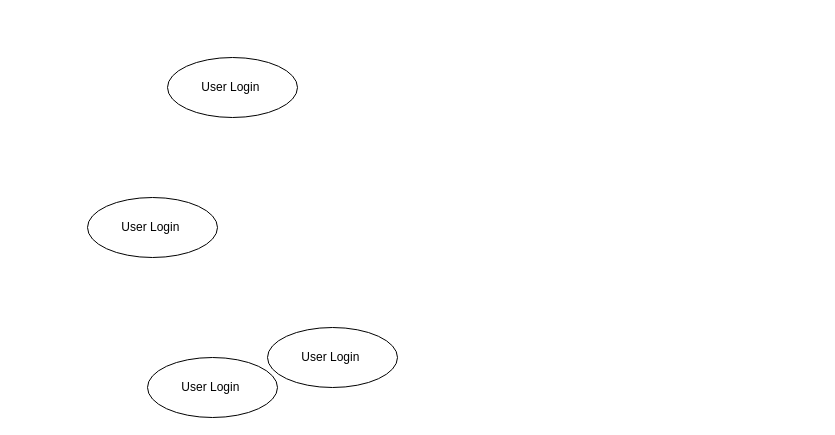
Before: Untitled Diagram.drawio in Jayt257/EasyFood, a draw.io diagram. Source tidied: cells renumbered, new cells numbered last; positions are measured from the earlier drawing's top-left corner, leaving out a move shared by most shapes. Both pictures are drawn from the tidied source at 100%, with x=0, y=0 at pixel (87, 57).
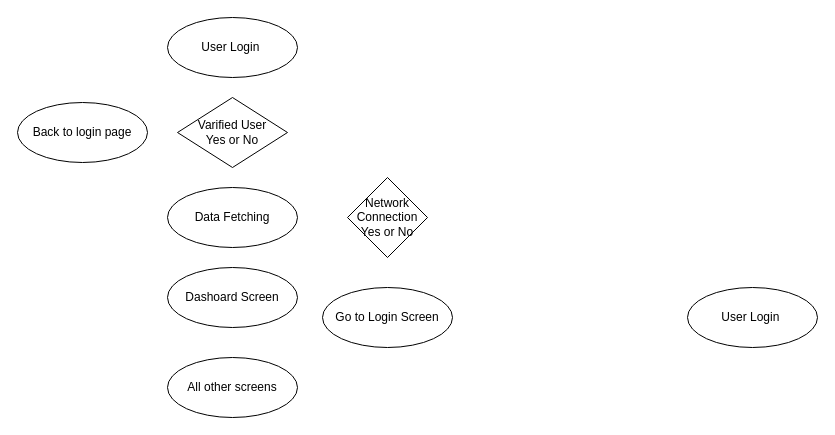
After the change.

Diff of the diagram source:
```diff
@@
 <mxGraphModel>
   <root>
     <mxCell id="0" />
     <mxCell id="1" parent="0" />
     <mxCell id="2" value="User Login&amp;nbsp;" style="ellipse;whiteSpace=wrap;html=1;" parent="1" vertex="1">
-      <mxGeometry x="80" width="130" height="60" as="geometry" />
+      <mxGeometry x="80" y="-40" width="130" height="60" as="geometry" />
     </mxCell>
-    <mxCell id="3" value="User Login&amp;nbsp;" style="ellipse;whiteSpace=wrap;html=1;" parent="1" vertex="1">
-      <mxGeometry x="180" y="270" width="130" height="60" as="geometry" />
+    <mxCell id="3" value="Dashoard Screen" style="ellipse;whiteSpace=wrap;html=1;" parent="1" vertex="1">
+      <mxGeometry x="80" y="210" width="130" height="60" as="geometry" />
     </mxCell>
-    <mxCell id="4" value="User Login&amp;nbsp;" style="ellipse;whiteSpace=wrap;html=1;" parent="1" vertex="1">
-      <mxGeometry y="140" width="130" height="60" as="geometry" />
+    <mxCell id="4" value="Back to login page" style="ellipse;whiteSpace=wrap;html=1;" parent="1" vertex="1">
+      <mxGeometry x="-70" y="45" width="130" height="60" as="geometry" />
     </mxCell>
-    <mxCell id="5" value="User Login&amp;nbsp;" style="ellipse;whiteSpace=wrap;html=1;" parent="1" vertex="1">
-      <mxGeometry x="60" y="300" width="130" height="60" as="geometry" />
+    <mxCell id="5" value="Data Fetching" style="ellipse;whiteSpace=wrap;html=1;" parent="1" vertex="1">
+      <mxGeometry x="80" y="130" width="130" height="60" as="geometry" />
     </mxCell>
+    <mxCell id="6" value="Varified User&lt;div&gt;Yes or No&lt;/div&gt;" style="rhombus;whiteSpace=wrap;html=1;" parent="1" vertex="1">
+      <mxGeometry x="90" y="40" width="110" height="70" as="geometry" />
+    </mxCell>
+    <mxCell id="7" value="User Login&amp;nbsp;" style="ellipse;whiteSpace=wrap;html=1;" parent="1" vertex="1">
+      <mxGeometry x="600" y="230" width="130" height="60" as="geometry" />
+    </mxCell>
+    <mxCell id="8" value="Go to Login Screen" style="ellipse;whiteSpace=wrap;html=1;" parent="1" vertex="1">
+      <mxGeometry x="235" y="230" width="130" height="60" as="geometry" />
+    </mxCell>
+    <mxCell id="9" value="All other screens" style="ellipse;whiteSpace=wrap;html=1;" parent="1" vertex="1">
+      <mxGeometry x="80" y="300" width="130" height="60" as="geometry" />
+    </mxCell>
+    <mxCell id="10" value="Network Connection&lt;div&gt;Yes or No&lt;/div&gt;" style="rhombus;whiteSpace=wrap;html=1;" parent="1" vertex="1">
+      <mxGeometry x="260" y="120" width="80" height="80" as="geometry" />
+    </mxCell>
   </root>
 </mxGraphModel>
```
